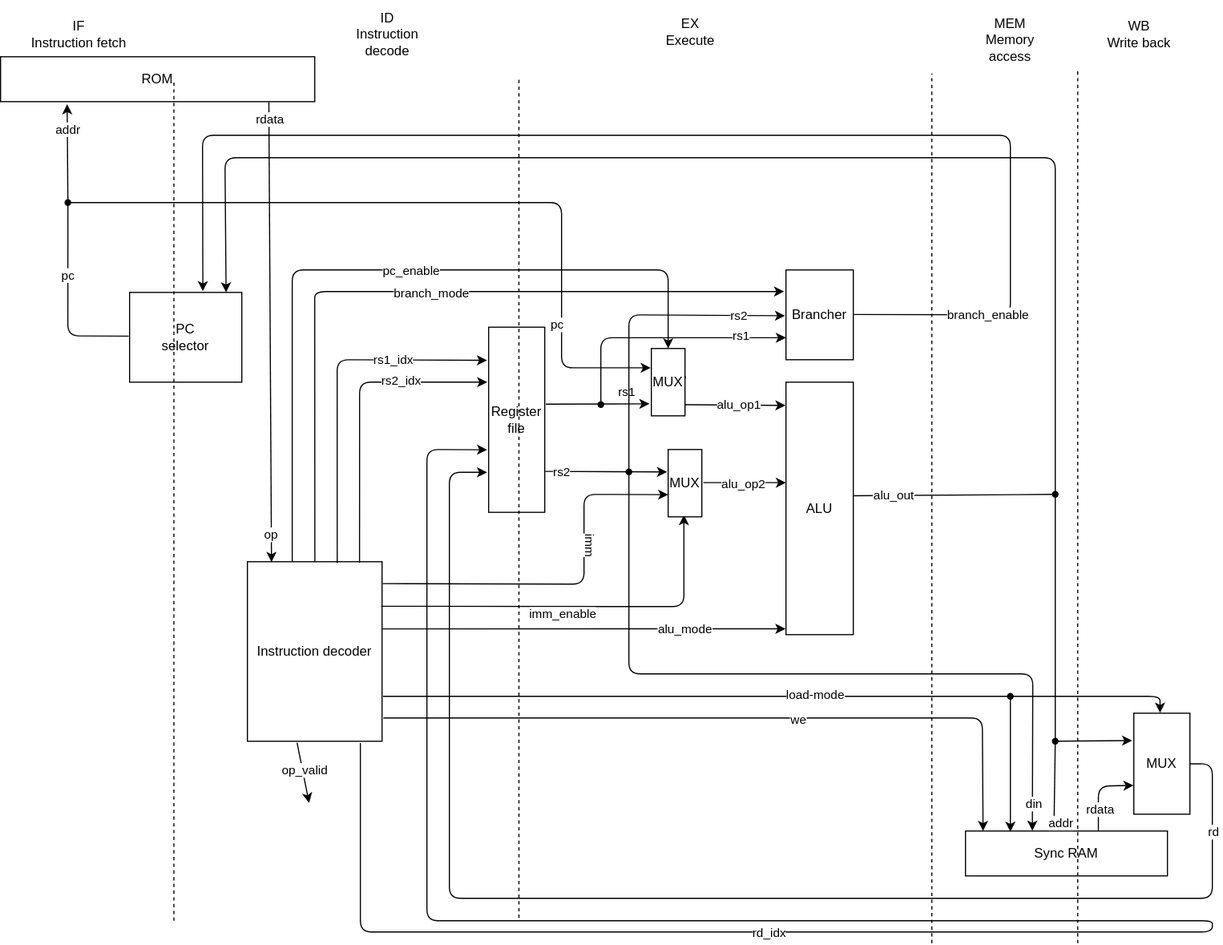
The draw.io diagram doc/diagram.drawio.svg in ncotti/riscotti-v, before a commit. Source tidied: cells renumbered, new cells last; positions are measured from the earlier drawing's top-left corner, leaving out a move shared by most shapes.
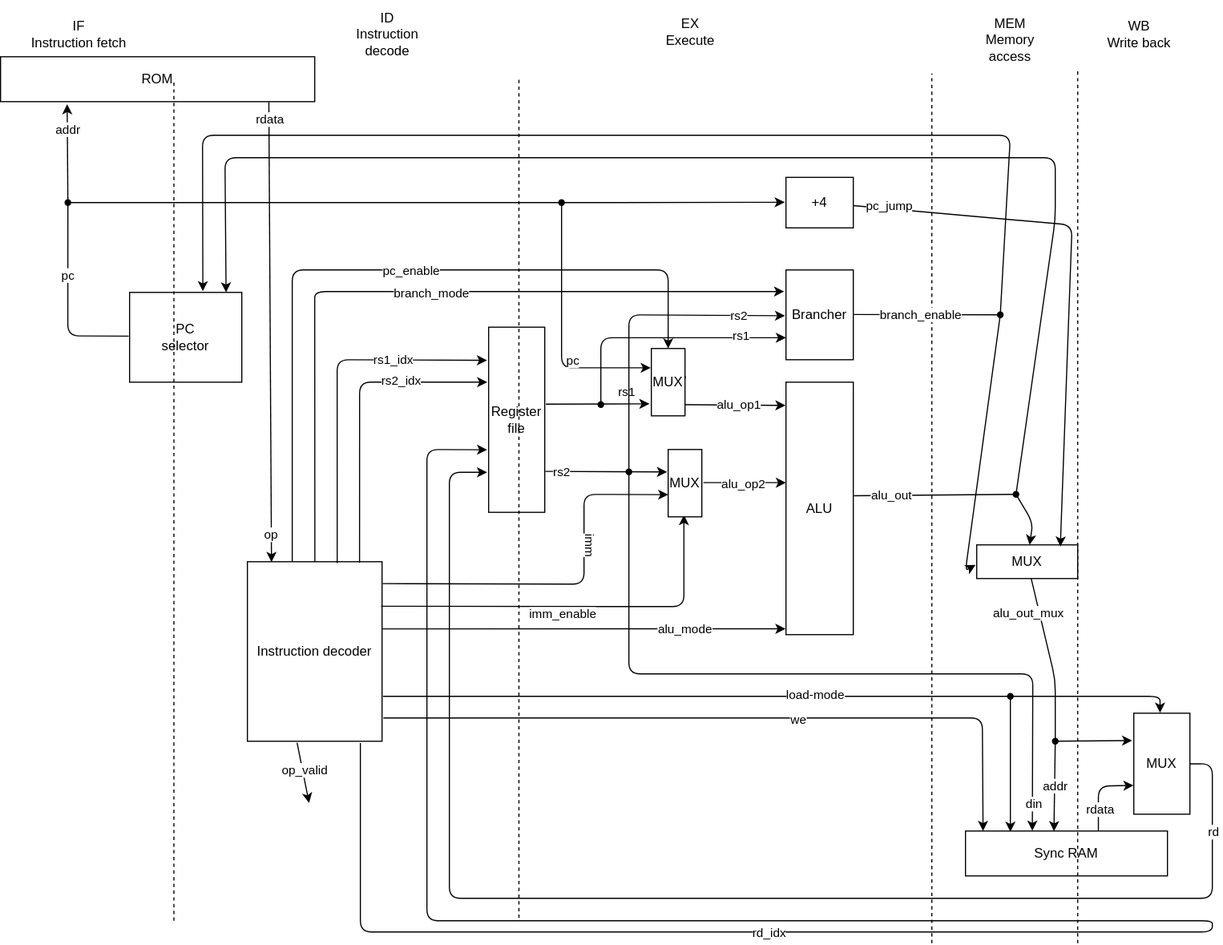
The same file after the commit.

Commit message:
Add support for jump and link instructions

Change to the diagram source:
```diff
@@ -158,7 +158,7 @@
     </mxCell>
     <mxCell id="34" value="addr" style="edgeLabel;html=1;align=center;verticalAlign=middle;" parent="33" vertex="1">
       <mxGeometry x="0.78" relative="1" as="geometry">
-        <mxPoint x="6" y="2" as="offset" />
+        <mxPoint x="1" y="-31" as="offset" />
       </mxGeometry>
     </mxCell>
     <mxCell id="35" style="edgeStyle=none;html=1;entryX=0.212;entryY=1.058;entryDx=0;entryDy=0;entryPerimeter=0;exitDx=0;exitDy=0;exitPerimeter=0;" parent="1" edge="1" source="41" target="2">
@@ -179,16 +179,17 @@
     <mxCell id="38" value="pc" style="edgeLabel;html=1;align=center;verticalAlign=middle;" parent="37" vertex="1">
       <mxGeometry x="0.25" relative="1" as="geometry" />
     </mxCell>
-    <mxCell id="39" style="edgeStyle=none;html=1;entryX=-0.016;entryY=0.287;entryDx=0;entryDy=0;entryPerimeter=0;" parent="1" edge="1" source="41" target="86">
+    <mxCell id="39" style="edgeStyle=none;html=1;entryX=-0.016;entryY=0.287;entryDx=0;entryDy=0;entryPerimeter=0;" parent="1" edge="1" source="93" target="86">
       <mxGeometry x="-0.65" relative="1" as="geometry">
         <Array as="points">
-          <mxPoint x="500" y="180" />
           <mxPoint x="500" y="327.2" />
         </Array>
       </mxGeometry>
     </mxCell>
     <mxCell id="40" value="pc" style="edgeLabel;html=1;align=center;verticalAlign=middle;inheritText=1;" parent="39" vertex="1">
-      <mxGeometry x="0.64" y="-4" relative="1" as="geometry" />
+      <mxGeometry x="0.64" y="-4" relative="1" as="geometry">
+        <mxPoint x="-29" y="-11" as="offset" />
+      </mxGeometry>
     </mxCell>
     <mxCell id="41" style="shape=waypoint;sketch=0;fillStyle=solid;size=6;points=[];fillColor=none;perimeter=centerPerimeter;snapToPoint=1;" parent="1" vertex="1">
       <mxGeometry x="50" y="170" width="20" height="20" as="geometry" />
@@ -295,20 +296,14 @@
         <mxPoint x="62" y="-34" as="offset" />
       </mxGeometry>
     </mxCell>
-    <mxCell id="60" style="edgeStyle=none;html=1;exitX=0.996;exitY=0.496;exitDx=0;exitDy=0;exitPerimeter=0;entryX=0.653;entryY=-0.013;entryDx=0;entryDy=0;entryPerimeter=0;" parent="1" edge="1" source="62" target="13">
+    <mxCell id="60" style="edgeStyle=none;html=1;exitDx=0;exitDy=0;exitPerimeter=0;entryX=0.653;entryY=-0.013;entryDx=0;entryDy=0;entryPerimeter=0;" parent="1" edge="1" source="100" target="13">
       <mxGeometry x="0.01" relative="1" as="geometry">
         <Array as="points">
-          <mxPoint x="900" y="280" />
           <mxPoint x="900" y="120" />
           <mxPoint x="180" y="120" />
         </Array>
       </mxGeometry>
     </mxCell>
-    <mxCell id="61" value="branch_enable" style="edgeLabel;html=1;align=center;verticalAlign=middle;" parent="60" vertex="1">
-      <mxGeometry x="-0.77" relative="1" as="geometry">
-        <mxPoint x="-12" as="offset" />
-      </mxGeometry>
-    </mxCell>
     <mxCell id="62" value="Brancher" style="rounded=0;whiteSpace=wrap;html=1;" parent="1" vertex="1">
       <mxGeometry x="700" y="240" width="60" height="80" as="geometry" />
     </mxCell>
@@ -358,13 +353,18 @@
     <mxCell id="71" value="MUX" style="rounded=0;whiteSpace=wrap;html=1;" parent="1" vertex="1">
       <mxGeometry x="1010" y="635" width="50" height="90" as="geometry" />
     </mxCell>
-    <mxCell id="72" style="edgeStyle=none;html=1;entryDx=0;entryDy=0;entryPerimeter=0;exitDx=0;exitDy=0;exitPerimeter=0;endArrow=none;endFill=0;" parent="1" edge="1" source="89" target="73">
+    <mxCell id="72" style="edgeStyle=none;html=1;entryDx=0;entryDy=0;entryPerimeter=0;exitDx=0;exitDy=0;exitPerimeter=0;endArrow=none;endFill=0;" parent="1" edge="1" source="96" target="73">
       <mxGeometry x="0.2" relative="1" as="geometry">
         <Array as="points">
           <mxPoint x="940" y="605" />
         </Array>
       </mxGeometry>
     </mxCell>
+    <mxCell id="90" value="alu_out_mux" style="edgeLabel;html=1;align=center;verticalAlign=middle;inheritText=1;" parent="72" vertex="1">
+      <mxGeometry x="-0.54" relative="1" as="geometry">
+        <mxPoint x="-11" y="-3" as="offset" />
+      </mxGeometry>
+    </mxCell>
     <mxCell id="73" style="shape=waypoint;sketch=0;fillStyle=solid;size=6;points=[];fillColor=none;perimeter=centerPerimeter;snapToPoint=1;" parent="1" vertex="1">
       <mxGeometry x="930" y="650" width="20" height="20" as="geometry" />
     </mxCell>
@@ -430,7 +430,57 @@
       </mxGeometry>
     </mxCell>
     <mxCell id="89" style="shape=waypoint;sketch=0;fillStyle=solid;size=6;points=[];fillColor=none;perimeter=centerPerimeter;snapToPoint=1;" parent="1" vertex="1">
-      <mxGeometry x="930" y="430" width="20" height="20" as="geometry" />
+      <mxGeometry x="895" y="430" width="20" height="20" as="geometry" />
     </mxCell>
+    <mxCell id="91" style="edgeStyle=none;html=1;entryDx=0;entryDy=0;entryPerimeter=0;endArrow=none;endFill=0;" parent="1" edge="1" source="41" target="93">
+      <mxGeometry x="-0.65" relative="1" as="geometry" />
+    </mxCell>
+    <mxCell id="92" style="edgeStyle=none;html=1;entryX=-0.018;entryY=0.493;entryDx=0;entryDy=0;entryPerimeter=0;" parent="1" edge="1" source="93" target="94">
+      <mxGeometry relative="1" as="geometry" />
+    </mxCell>
+    <mxCell id="93" style="shape=waypoint;sketch=0;fillStyle=solid;size=6;points=[];fillColor=none;perimeter=centerPerimeter;snapToPoint=1;" parent="1" vertex="1">
+      <mxGeometry x="490" y="170" width="20" height="20" as="geometry" />
+    </mxCell>
+    <mxCell id="94" value="+4" style="rounded=0;whiteSpace=wrap;html=1;" parent="1" vertex="1">
+      <mxGeometry x="700" y="157.5" width="60" height="45" as="geometry" />
+    </mxCell>
+    <mxCell id="95" style="edgeStyle=none;html=1;entryDx=0;entryDy=0;entryPerimeter=0;exitDx=0;exitDy=0;exitPerimeter=0;endArrow=classic;endFill=1;" parent="1" edge="1" source="89" target="96">
+      <mxGeometry x="0.2" relative="1" as="geometry">
+        <Array as="points">
+          <mxPoint x="920" y="465" />
+        </Array>
+      </mxGeometry>
+    </mxCell>
+    <mxCell id="96" value="MUX" style="rounded=0;whiteSpace=wrap;html=1;" parent="1" vertex="1">
+      <mxGeometry x="870" y="485" width="90" height="30" as="geometry" />
+    </mxCell>
+    <mxCell id="97" style="edgeStyle=none;html=1;entryX=0.828;entryY=0.05;entryDx=0;entryDy=0;entryPerimeter=0;" parent="1" edge="1" source="94" target="96">
+      <mxGeometry relative="1" as="geometry">
+        <Array as="points">
+          <mxPoint x="955" y="200" />
+        </Array>
+      </mxGeometry>
+    </mxCell>
+    <mxCell id="98" value="pc_jump" style="edgeLabel;html=1;align=center;verticalAlign=middle;inheritText=1;" parent="97" vertex="1">
+      <mxGeometry x="-0.87" y="3" relative="1" as="geometry" />
+    </mxCell>
+    <mxCell id="99" style="edgeStyle=none;html=1;exitX=0.996;exitY=0.496;exitDx=0;exitDy=0;exitPerimeter=0;entryDx=0;entryDy=0;entryPerimeter=0;endArrow=none;endFill=0;" parent="1" edge="1" source="62" target="100">
+      <mxGeometry x="0.02" relative="1" as="geometry" />
+    </mxCell>
+    <mxCell id="61" value="branch_enable" style="edgeLabel;html=1;align=center;verticalAlign=middle;" parent="99" vertex="1">
+      <mxGeometry x="-0.77" relative="1" as="geometry">
+        <mxPoint x="45" as="offset" />
+      </mxGeometry>
+    </mxCell>
+    <mxCell id="100" style="shape=waypoint;sketch=0;fillStyle=solid;size=6;points=[];fillColor=none;perimeter=centerPerimeter;snapToPoint=1;" parent="1" vertex="1">
+      <mxGeometry x="881" y="270" width="20" height="20" as="geometry" />
+    </mxCell>
+    <mxCell id="101" style="edgeStyle=none;html=1;entryX=-0.011;entryY=0.593;entryDx=0;entryDy=0;entryPerimeter=0;" parent="1" edge="1" source="100" target="96">
+      <mxGeometry relative="1" as="geometry">
+        <Array as="points">
+          <mxPoint x="860" y="507.8" />
+        </Array>
+      </mxGeometry>
+    </mxCell>
   </root>
 </mxGraphModel>
```
